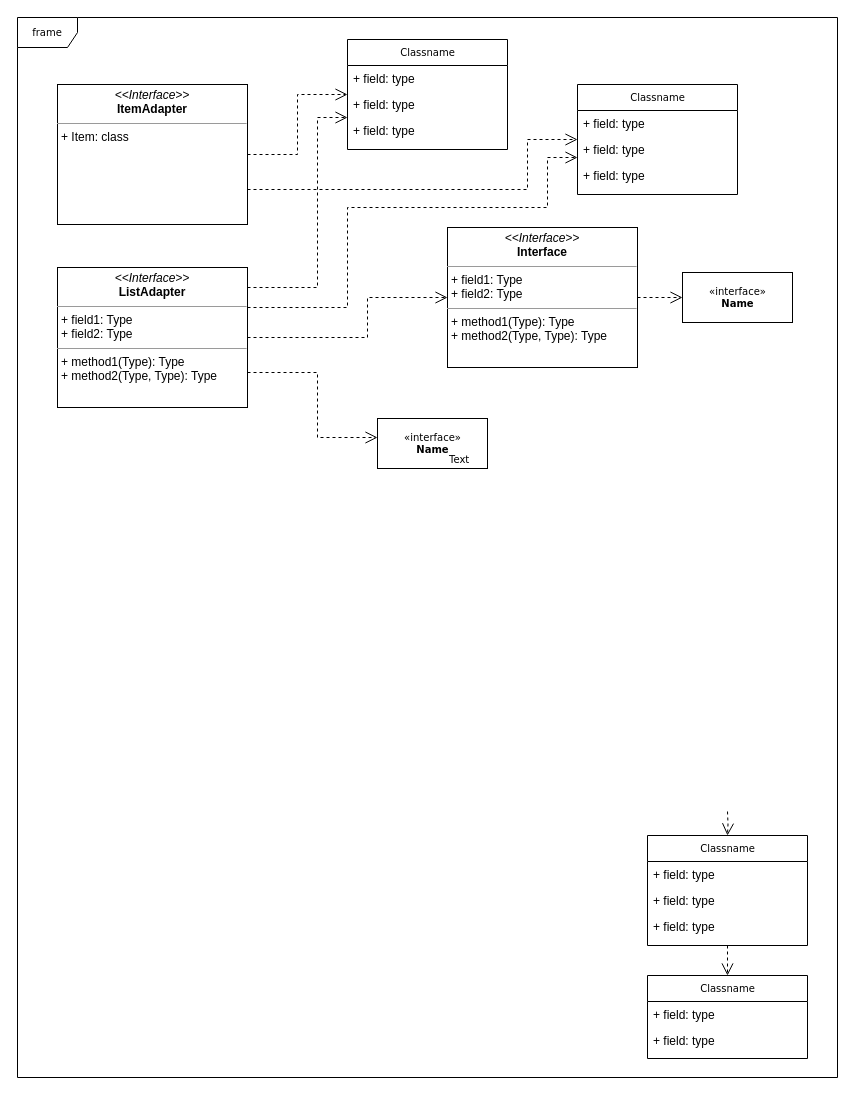
The draw.io diagram Assignment 02/Untitled Diagram.drawio in Mongobob/swc-group45, before the edit. Source tidied: cells renumbered, new cells numbered last; positions are measured from the earlier drawing's top-left corner, leaving out a move shared by most shapes. Both pictures are drawn from the tidied source at 100%, with x=0, y=0 at pixel (17, 17).
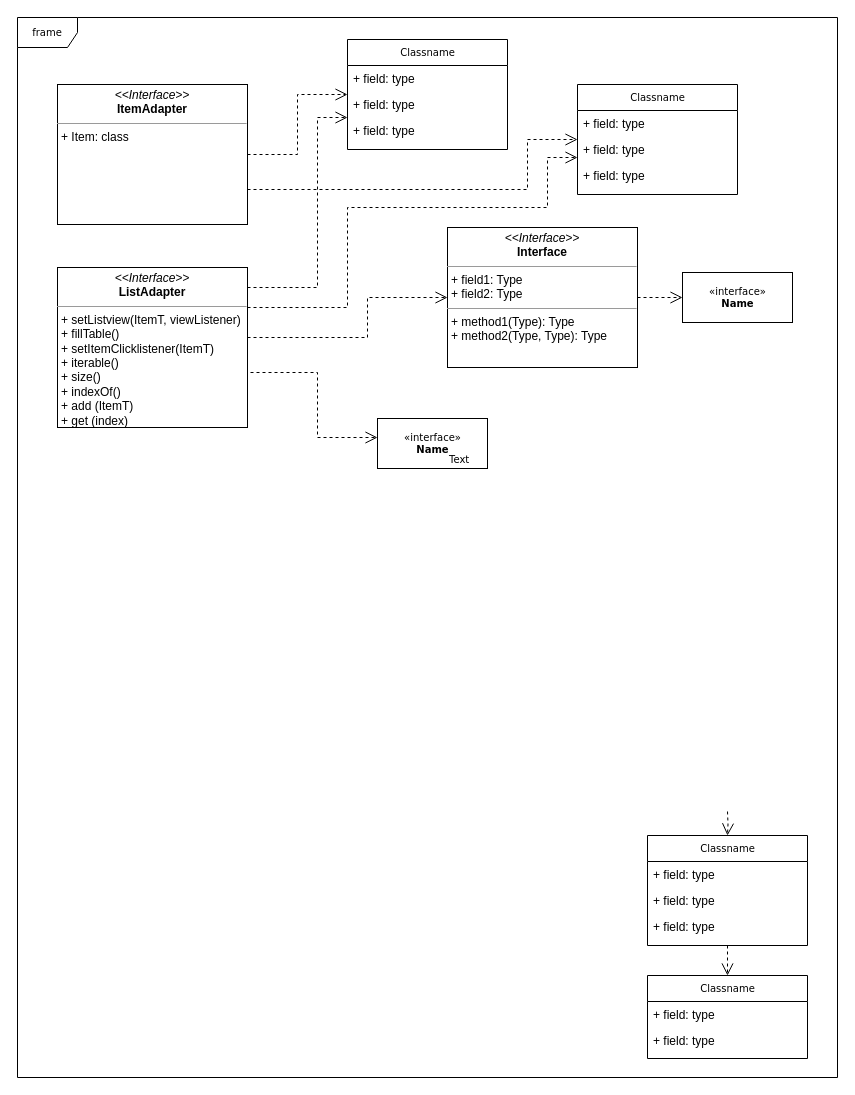
The same page after the edit.

Commit message:
Task 02 UML Diagram

What changed in the source:
```diff
@@
-    <mxCell id="33" value="&lt;p style=&quot;margin: 0px ; margin-top: 4px ; text-align: center&quot;&gt;&lt;i&gt;&amp;lt;&amp;lt;Interface&amp;gt;&amp;gt;&lt;/i&gt;&lt;br&gt;&lt;b&gt;ListAdapter&lt;/b&gt;&lt;/p&gt;&lt;hr size=&quot;1&quot;&gt;&lt;p style=&quot;margin: 0px ; margin-left: 4px&quot;&gt;+ field1: Type&lt;br&gt;+ field2: Type&lt;/p&gt;&lt;hr size=&quot;1&quot;&gt;&lt;p style=&quot;margin: 0px ; margin-left: 4px&quot;&gt;+ method1(Type): Type&lt;br&gt;+ method2(Type, Type): Type&lt;/p&gt;" style="verticalAlign=top;align=left;overflow=fill;fontSize=12;fontFamily=Helvetica;html=1;rounded=0;shadow=0;comic=0;labelBackgroundColor=none;strokeWidth=1;" parent="1" vertex="1">
-      <mxGeometry x="40" y="250" width="190" height="140" as="geometry" />
+    <mxCell id="33" value="&lt;p style=&quot;margin: 0px ; margin-top: 4px ; text-align: center&quot;&gt;&lt;i&gt;&amp;lt;&amp;lt;Interface&amp;gt;&amp;gt;&lt;/i&gt;&lt;br&gt;&lt;b&gt;ListAdapter&lt;/b&gt;&lt;/p&gt;&lt;hr size=&quot;1&quot;&gt;&lt;p style=&quot;margin: 0px ; margin-left: 4px&quot;&gt;&lt;/p&gt;&lt;p style=&quot;margin: 0px ; margin-left: 4px&quot;&gt;+ setListview(ItemT, viewListener)&lt;br&gt;+ fillTable()&lt;/p&gt;&lt;p style=&quot;margin: 0px ; margin-left: 4px&quot;&gt;+ setItemClicklistener(ItemT)&lt;/p&gt;&lt;p style=&quot;margin: 0px ; margin-left: 4px&quot;&gt;+ iterable()&lt;/p&gt;&lt;p style=&quot;margin: 0px ; margin-left: 4px&quot;&gt;+ size()&lt;/p&gt;&lt;p style=&quot;margin: 0px ; margin-left: 4px&quot;&gt;+ indexOf()&lt;/p&gt;&lt;p style=&quot;margin: 0px ; margin-left: 4px&quot;&gt;+ add (ItemT)&lt;/p&gt;&lt;p style=&quot;margin: 0px ; margin-left: 4px&quot;&gt;+ get (index)&lt;/p&gt;&lt;p style=&quot;margin: 0px ; margin-left: 4px&quot;&gt;&lt;br&gt;&lt;/p&gt;" style="verticalAlign=top;align=left;overflow=fill;fontSize=12;fontFamily=Helvetica;html=1;rounded=0;shadow=0;comic=0;labelBackgroundColor=none;strokeWidth=1;" parent="1" vertex="1">
+      <mxGeometry x="40" y="250" width="190" height="160" as="geometry" />
     </mxCell>
```
